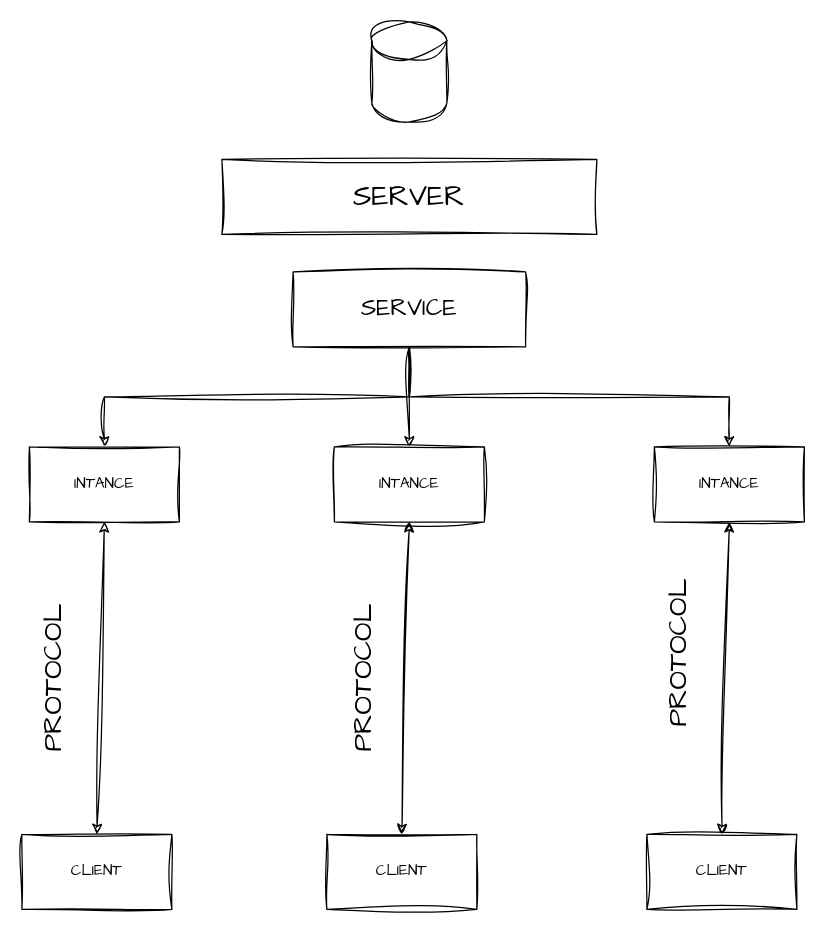
This is src/main/resources/PLANNING.drawio from AlexGibernau/Proyecto_M06, a draw.io file, before an edit. Source tidied: cells renumbered, new cells numbered last; positions are measured from the earlier drawing's top-left corner, leaving out a move shared by most shapes. Both pictures are drawn from the tidied source at 125%, with x=0, y=0 at pixel (16, 21).
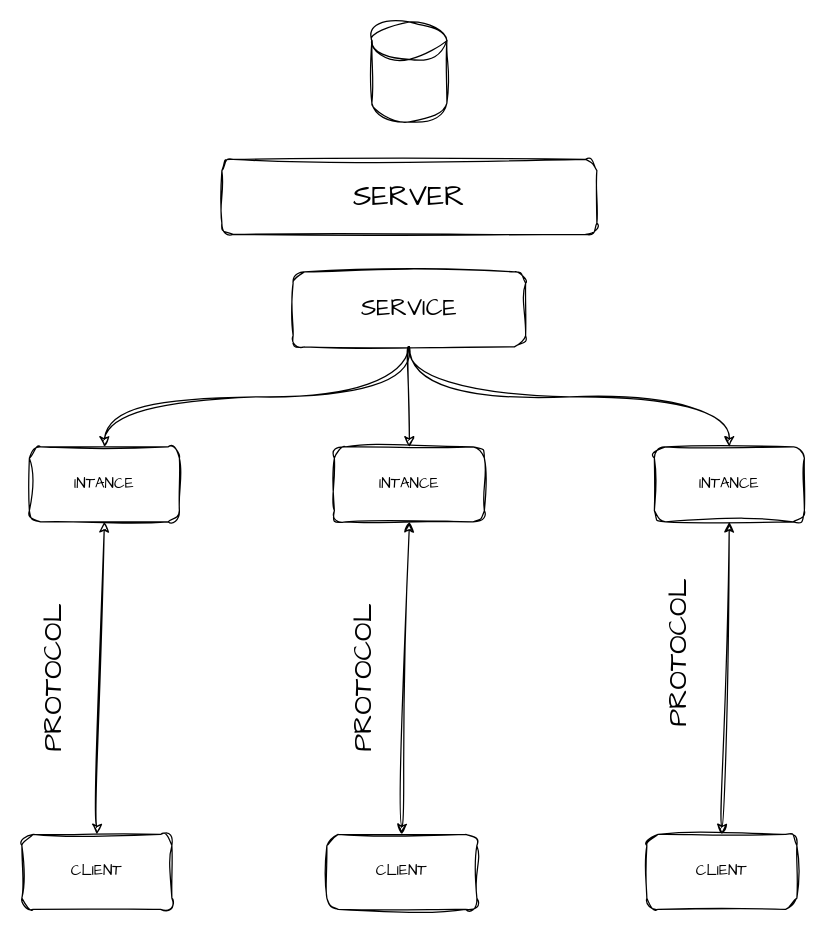
The same page after the edit.

Diff of the diagram source:
```diff
@@
 <mxGraphModel>
   <root>
     <mxCell id="0" />
     <mxCell id="1" parent="0" />
-    <mxCell id="2" style="shape=cylinder3;whiteSpace=wrap;html=1;boundedLbl=1;backgroundOutline=1;size=15;sketch=1;curveFitting=1;jiggle=2;" parent="1" vertex="1">
+    <mxCell id="2" style="shape=cylinder3;whiteSpace=wrap;html=1;boundedLbl=1;backgroundOutline=1;size=15;sketch=1;curveFitting=1;jiggle=2;rounded=1;" parent="1" vertex="1">
       <mxGeometry x="284" width="60" height="80" as="geometry" />
     </mxCell>
-    <mxCell id="3" value="SERVER" style="rounded=0;whiteSpace=wrap;html=1;sketch=1;hachureGap=4;jiggle=2;curveFitting=1;fontFamily=Architects Daughter;fontSize=23;" parent="1" vertex="1">
+    <mxCell id="3" value="SERVER" style="rounded=1;whiteSpace=wrap;html=1;sketch=1;hachureGap=4;jiggle=2;curveFitting=1;fontFamily=Architects Daughter;fontSize=23;" parent="1" vertex="1">
       <mxGeometry x="164" y="110" width="300" height="60" as="geometry" />
     </mxCell>
-    <mxCell id="4" style="edgeStyle=orthogonalEdgeStyle;rounded=0;sketch=1;hachureGap=4;jiggle=2;curveFitting=1;jettySize=auto;html=1;exitX=0.5;exitY=1;exitDx=0;exitDy=0;entryX=0.5;entryY=0;entryDx=0;entryDy=0;fontFamily=Architects Daughter;" parent="1" edge="1" source="7" target="10">
+    <mxCell id="4" style="edgeStyle=orthogonalEdgeStyle;rounded=1;sketch=1;hachureGap=4;jiggle=2;curveFitting=1;jettySize=auto;html=1;exitX=0.5;exitY=1;exitDx=0;exitDy=0;entryX=0.5;entryY=0;entryDx=0;entryDy=0;fontFamily=Architects Daughter;curved=1;" parent="1" edge="1" source="7" target="10">
       <mxGeometry relative="1" as="geometry" />
     </mxCell>
-    <mxCell id="5" style="edgeStyle=orthogonalEdgeStyle;rounded=0;sketch=1;hachureGap=4;jiggle=2;curveFitting=1;jettySize=auto;html=1;exitX=0.5;exitY=1;exitDx=0;exitDy=0;entryX=0.5;entryY=0;entryDx=0;entryDy=0;fontFamily=Architects Daughter;" parent="1" edge="1" source="7" target="9">
+    <mxCell id="5" style="edgeStyle=orthogonalEdgeStyle;rounded=1;sketch=1;hachureGap=4;jiggle=2;curveFitting=1;jettySize=auto;html=1;exitX=0.5;exitY=1;exitDx=0;exitDy=0;entryX=0.5;entryY=0;entryDx=0;entryDy=0;fontFamily=Architects Daughter;curved=1;" parent="1" edge="1" source="7" target="9">
       <mxGeometry relative="1" as="geometry" />
     </mxCell>
-    <mxCell id="6" style="edgeStyle=orthogonalEdgeStyle;rounded=0;sketch=1;hachureGap=4;jiggle=2;curveFitting=1;jettySize=auto;html=1;exitX=0.5;exitY=1;exitDx=0;exitDy=0;entryX=0.5;entryY=0;entryDx=0;entryDy=0;fontFamily=Architects Daughter;" parent="1" edge="1" source="7" target="8">
+    <mxCell id="6" style="edgeStyle=orthogonalEdgeStyle;rounded=1;sketch=1;hachureGap=4;jiggle=2;curveFitting=1;jettySize=auto;html=1;exitX=0.5;exitY=1;exitDx=0;exitDy=0;entryX=0.5;entryY=0;entryDx=0;entryDy=0;fontFamily=Architects Daughter;curved=1;" parent="1" edge="1" source="7" target="8">
       <mxGeometry relative="1" as="geometry" />
     </mxCell>
-    <mxCell id="7" value="SERVICE" style="rounded=0;whiteSpace=wrap;html=1;sketch=1;hachureGap=4;jiggle=2;curveFitting=1;fontFamily=Architects Daughter;fontSize=19;" parent="1" vertex="1">
+    <mxCell id="7" value="SERVICE" style="rounded=1;whiteSpace=wrap;html=1;sketch=1;hachureGap=4;jiggle=2;curveFitting=1;fontFamily=Architects Daughter;fontSize=19;" parent="1" vertex="1">
       <mxGeometry x="221" y="200" width="186" height="60" as="geometry" />
     </mxCell>
-    <mxCell id="8" value="INTANCE" style="rounded=0;whiteSpace=wrap;html=1;sketch=1;hachureGap=4;jiggle=2;curveFitting=1;fontFamily=Architects Daughter;" parent="1" vertex="1">
+    <mxCell id="8" value="INTANCE" style="rounded=1;whiteSpace=wrap;html=1;sketch=1;hachureGap=4;jiggle=2;curveFitting=1;fontFamily=Architects Daughter;" parent="1" vertex="1">
       <mxGeometry x="10" y="340" width="120" height="60" as="geometry" />
     </mxCell>
-    <mxCell id="9" value="INTANCE" style="rounded=0;whiteSpace=wrap;html=1;sketch=1;hachureGap=4;jiggle=2;curveFitting=1;fontFamily=Architects Daughter;" parent="1" vertex="1">
+    <mxCell id="9" value="INTANCE" style="rounded=1;whiteSpace=wrap;html=1;sketch=1;hachureGap=4;jiggle=2;curveFitting=1;fontFamily=Architects Daughter;" parent="1" vertex="1">
       <mxGeometry x="254" y="340" width="120" height="60" as="geometry" />
     </mxCell>
-    <mxCell id="10" value="INTANCE" style="rounded=0;whiteSpace=wrap;html=1;sketch=1;hachureGap=4;jiggle=2;curveFitting=1;fontFamily=Architects Daughter;" parent="1" vertex="1">
+    <mxCell id="10" value="INTANCE" style="rounded=1;whiteSpace=wrap;html=1;sketch=1;hachureGap=4;jiggle=2;curveFitting=1;fontFamily=Architects Daughter;" parent="1" vertex="1">
       <mxGeometry x="510" y="340" width="120" height="60" as="geometry" />
     </mxCell>
-    <mxCell id="11" value="CLIENT" style="rounded=0;whiteSpace=wrap;html=1;sketch=1;hachureGap=4;jiggle=2;curveFitting=1;fontFamily=Architects Daughter;" parent="1" vertex="1">
+    <mxCell id="11" value="CLIENT" style="rounded=1;whiteSpace=wrap;html=1;sketch=1;hachureGap=4;jiggle=2;curveFitting=1;fontFamily=Architects Daughter;" parent="1" vertex="1">
       <mxGeometry x="4" y="650" width="120" height="60" as="geometry" />
     </mxCell>
-    <mxCell id="12" value="CLIENT" style="rounded=0;whiteSpace=wrap;html=1;sketch=1;hachureGap=4;jiggle=2;curveFitting=1;fontFamily=Architects Daughter;" parent="1" vertex="1">
+    <mxCell id="12" value="CLIENT" style="rounded=1;whiteSpace=wrap;html=1;sketch=1;hachureGap=4;jiggle=2;curveFitting=1;fontFamily=Architects Daughter;" parent="1" vertex="1">
       <mxGeometry x="248" y="650" width="120" height="60" as="geometry" />
     </mxCell>
-    <mxCell id="13" value="CLIENT" style="rounded=0;whiteSpace=wrap;html=1;sketch=1;hachureGap=4;jiggle=2;curveFitting=1;fontFamily=Architects Daughter;" parent="1" vertex="1">
+    <mxCell id="13" value="CLIENT" style="rounded=1;whiteSpace=wrap;html=1;sketch=1;hachureGap=4;jiggle=2;curveFitting=1;fontFamily=Architects Daughter;" parent="1" vertex="1">
       <mxGeometry x="504" y="650" width="120" height="60" as="geometry" />
     </mxCell>
-    <mxCell id="14" style="endArrow=classic;startArrow=classic;html=1;rounded=0;sketch=1;hachureGap=4;jiggle=2;curveFitting=1;fontFamily=Architects Daughter;entryX=0.5;entryY=1;entryDx=0;entryDy=0;exitX=0.5;exitY=0;exitDx=0;exitDy=0;" parent="1" edge="1" source="11" target="8">
+    <mxCell id="14" style="endArrow=classic;startArrow=classic;html=1;rounded=1;sketch=1;hachureGap=4;jiggle=2;curveFitting=1;fontFamily=Architects Daughter;entryX=0.5;entryY=1;entryDx=0;entryDy=0;exitX=0.5;exitY=0;exitDx=0;exitDy=0;curved=1;" parent="1" edge="1" source="11" target="8">
       <mxGeometry relative="1" as="geometry" />
     </mxCell>
-    <mxCell id="15" style="endArrow=classic;startArrow=classic;html=1;rounded=0;sketch=1;hachureGap=4;jiggle=2;curveFitting=1;fontFamily=Architects Daughter;entryX=0.5;entryY=1;entryDx=0;entryDy=0;exitX=0.5;exitY=0;exitDx=0;exitDy=0;" parent="1" edge="1" source="12" target="9">
+    <mxCell id="15" style="endArrow=classic;startArrow=classic;html=1;rounded=1;sketch=1;hachureGap=4;jiggle=2;curveFitting=1;fontFamily=Architects Daughter;entryX=0.5;entryY=1;entryDx=0;entryDy=0;exitX=0.5;exitY=0;exitDx=0;exitDy=0;curved=1;" parent="1" edge="1" source="12" target="9">
       <mxGeometry relative="1" as="geometry" />
     </mxCell>
-    <mxCell id="16" style="endArrow=classic;startArrow=classic;html=1;rounded=0;sketch=1;hachureGap=4;jiggle=2;curveFitting=1;fontFamily=Architects Daughter;entryX=0.5;entryY=1;entryDx=0;entryDy=0;exitX=0.5;exitY=0;exitDx=0;exitDy=0;" parent="1" edge="1" source="13" target="10">
+    <mxCell id="16" style="endArrow=classic;startArrow=classic;html=1;rounded=1;sketch=1;hachureGap=4;jiggle=2;curveFitting=1;fontFamily=Architects Daughter;entryX=0.5;entryY=1;entryDx=0;entryDy=0;exitX=0.5;exitY=0;exitDx=0;exitDy=0;curved=1;" parent="1" edge="1" source="13" target="10">
       <mxGeometry relative="1" as="geometry" />
     </mxCell>
-    <mxCell id="17" value="PROTOCOL" style="text;html=1;align=center;verticalAlign=middle;whiteSpace=wrap;rounded=0;fontFamily=Architects Daughter;rotation=-90;fontSize=22;" parent="1" vertex="1">
+    <mxCell id="17" value="PROTOCOL" style="text;html=1;align=center;verticalAlign=middle;whiteSpace=wrap;rounded=1;fontFamily=Architects Daughter;rotation=-90;fontSize=22;sketch=1;" parent="1" vertex="1">
       <mxGeometry y="510" width="60" height="30" as="geometry" />
     </mxCell>
-    <mxCell id="18" value="PROTOCOL" style="text;html=1;align=center;verticalAlign=middle;whiteSpace=wrap;rounded=0;fontFamily=Architects Daughter;rotation=-90;fontSize=22;" parent="1" vertex="1">
+    <mxCell id="18" value="PROTOCOL" style="text;html=1;align=center;verticalAlign=middle;whiteSpace=wrap;rounded=1;fontFamily=Architects Daughter;rotation=-90;fontSize=22;sketch=1;" parent="1" vertex="1">
       <mxGeometry x="248" y="510" width="60" height="30" as="geometry" />
     </mxCell>
-    <mxCell id="19" value="PROTOCOL" style="text;html=1;align=center;verticalAlign=middle;whiteSpace=wrap;rounded=0;fontFamily=Architects Daughter;rotation=-90;fontSize=22;" parent="1" vertex="1">
+    <mxCell id="19" value="PROTOCOL" style="text;html=1;align=center;verticalAlign=middle;whiteSpace=wrap;rounded=1;fontFamily=Architects Daughter;rotation=-90;fontSize=22;sketch=1;" parent="1" vertex="1">
       <mxGeometry x="500" y="490" width="60" height="30" as="geometry" />
     </mxCell>
   </root>
 </mxGraphModel>
```
